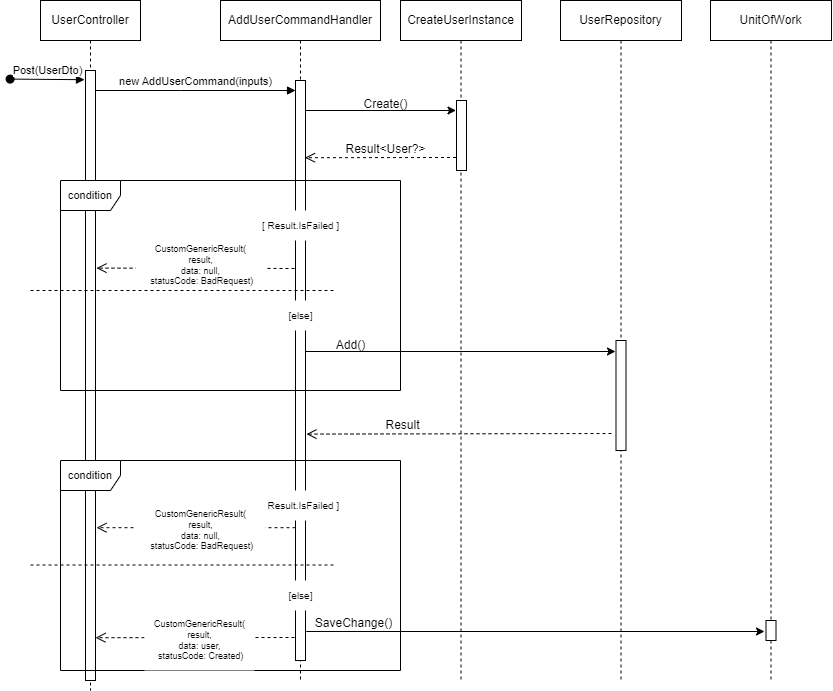
Before: Diagrams/sequenceDiagram_user_create.drawio.png, a diagram exported from draw.io (MahdiChoobin-81/CleanArchitecture_ASP). Source tidied: cells renumbered, new cells last; positions are measured from the earlier drawing's top-left corner, leaving out a move shared by most shapes.
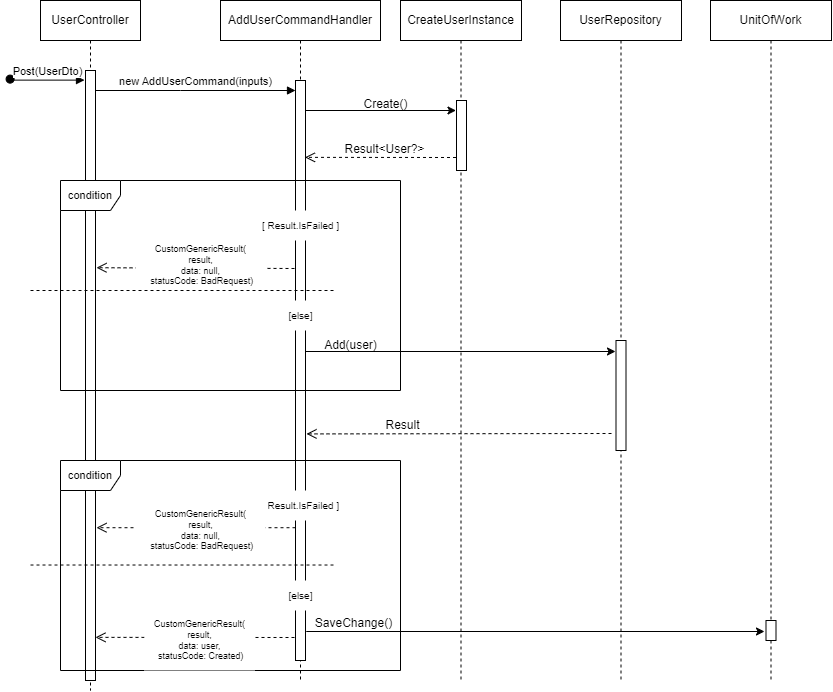
Later version of the same file.

Change to the diagram source:
```diff
@@ -80,8 +80,8 @@
     <mxCell id="21" style="html=1;perimeter=orthogonalPerimeter;targetShapes=umlLifeline;newEdgeStyle={&quot;edgeStyle&quot;:&quot;elbowEdgeStyle&quot;,&quot;elbow&quot;:&quot;vertical&quot;,&quot;curved&quot;:0,&quot;rounded&quot;:0};" parent="20" vertex="1">
       <mxGeometry x="55.5" y="340" width="10" height="110" as="geometry" />
     </mxCell>
-    <mxCell id="22" value="Add()" style="text;html=1;align=center;verticalAlign=middle;strokeColor=none;fillColor=none;" parent="1" vertex="1">
-      <mxGeometry x="315" y="330" width="50" height="30" as="geometry" />
+    <mxCell id="22" value="Add(user)" style="text;html=1;align=center;verticalAlign=middle;strokeColor=none;fillColor=none;" parent="1" vertex="1">
+      <mxGeometry x="300" y="330" width="80" height="30" as="geometry" />
     </mxCell>
     <mxCell id="23" style="endArrow=classic;html=1;rounded=0;" parent="1" edge="1">
       <mxGeometry relative="1" as="geometry">
```
